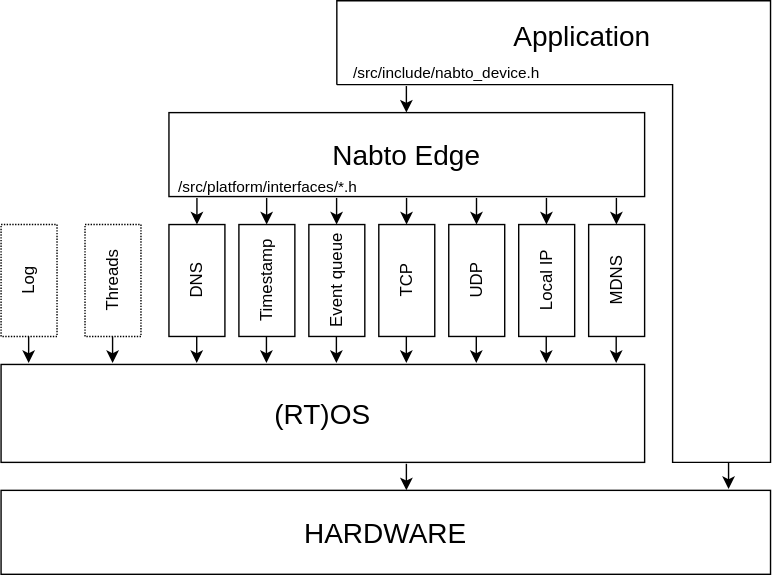
Earlier version of the draw.io export doc/images/platform_integration_overview.svg (nabto/nabto-embedded-sdk). Source tidied: cells renumbered, new cells last; positions are measured from the earlier drawing's top-left corner, leaving out a move shared by most shapes.
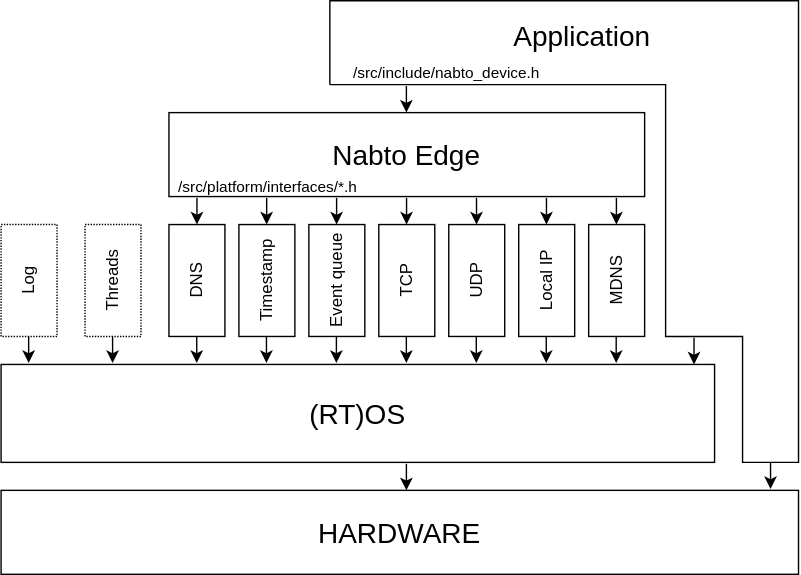
The same diagram one commit later.

Diff of the diagram source:
```diff
@@ -68,7 +68,7 @@
       </mxGeometry>
     </mxCell>
     <mxCell id="17" value="&lt;font style=&quot;font-size: 20px&quot;&gt;(RT)OS&lt;/font&gt;" style="rounded=0;whiteSpace=wrap;html=1;" parent="1" vertex="1">
-      <mxGeometry y="260" width="460" height="70" as="geometry" />
+      <mxGeometry y="260" width="510" height="70" as="geometry" />
     </mxCell>
     <mxCell id="18" style="endArrow=classic;html=1;entryX=0.5;entryY=0;entryDx=0;entryDy=0;" parent="1" edge="1">
       <mxGeometry relative="1" as="geometry">
@@ -113,18 +113,20 @@
       </mxGeometry>
     </mxCell>
     <mxCell id="25" value="&lt;font style=&quot;font-size: 20px&quot;&gt;HARDWARE&lt;/font&gt;" style="rounded=0;whiteSpace=wrap;html=1;" parent="1" vertex="1">
-      <mxGeometry y="350" width="550" height="60" as="geometry" />
+      <mxGeometry y="350" width="570" height="60" as="geometry" />
     </mxCell>
     <mxCell id="26" style="endArrow=none;html=1;rounded=0;strokeColor=#000000;" parent="1" edge="1">
       <mxGeometry relative="1" as="geometry">
-        <mxPoint x="240" y="60" as="sourcePoint" />
-        <mxPoint x="240" y="60" as="targetPoint" />
+        <mxPoint x="235" y="60" as="sourcePoint" />
+        <mxPoint x="235" y="60" as="targetPoint" />
         <Array as="points">
-          <mxPoint x="480" y="60" />
-          <mxPoint x="480" y="330" />
-          <mxPoint x="550" y="330" />
-          <mxPoint x="550" />
-          <mxPoint x="240" />
+          <mxPoint x="475" y="60" />
+          <mxPoint x="475" y="240" />
+          <mxPoint x="530" y="240" />
+          <mxPoint x="530" y="330" />
+          <mxPoint x="570" y="330" />
+          <mxPoint x="570" />
+          <mxPoint x="235" />
         </Array>
       </mxGeometry>
     </mxCell>
@@ -145,8 +147,8 @@
     </mxCell>
     <mxCell id="30" style="endArrow=classic;html=1;entryX=0.5;entryY=0;entryDx=0;entryDy=0;" parent="1" edge="1">
       <mxGeometry relative="1" as="geometry">
-        <mxPoint x="520" y="330" as="sourcePoint" />
-        <mxPoint x="520" y="349" as="targetPoint" />
+        <mxPoint x="550" y="330" as="sourcePoint" />
+        <mxPoint x="550" y="349" as="targetPoint" />
       </mxGeometry>
     </mxCell>
     <mxCell id="31" value="&lt;font style=&quot;font-size: 11px&quot;&gt;/src/include/nabto_device.h&lt;/font&gt;" style="text;html=1;align=left;verticalAlign=middle;fontSize=15;" parent="1" vertex="1">
@@ -173,5 +175,11 @@
         <mxPoint x="19.7" y="259" as="targetPoint" />
       </mxGeometry>
     </mxCell>
+    <mxCell id="37" style="endArrow=classic;html=1;entryX=0.5;entryY=0;entryDx=0;entryDy=0;" parent="1" edge="1">
+      <mxGeometry relative="1" as="geometry">
+        <mxPoint x="495.3" y="241" as="sourcePoint" />
+        <mxPoint x="495.3" y="260" as="targetPoint" />
+      </mxGeometry>
+    </mxCell>
   </root>
 </mxGraphModel>
```
